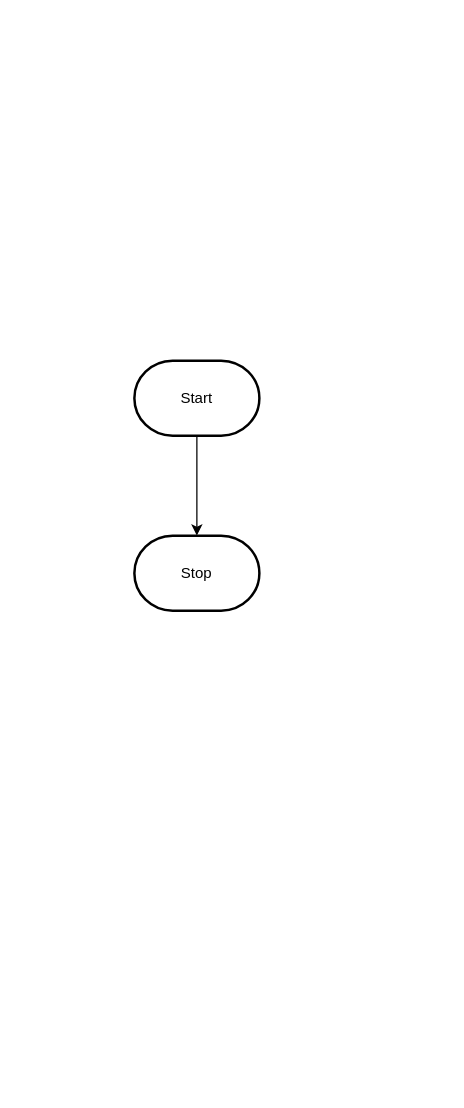
Above: design/flowchart.drawio in MTHS-ICD2O-1-2023/ICD2O-Unit-5-02-manya-feng (draw.io), before the change. Source tidied: cells renumbered, new cells numbered last; positions are measured from the earlier drawing's top-left corner, leaving out a move shared by most shapes. Both pictures are drawn from the tidied source at 125%, with x=0, y=0 at pixel (134, 360).
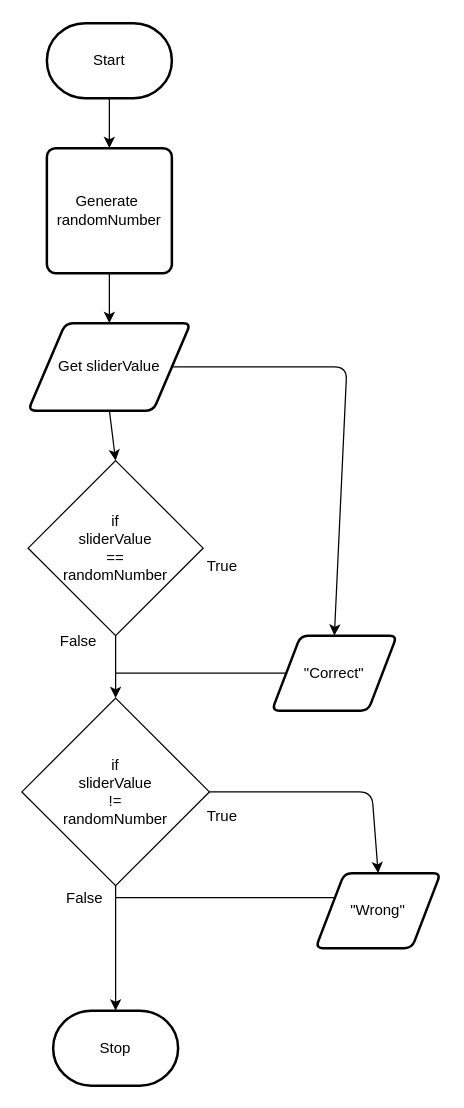
Above is the later version.

What changed in the source:
```diff
@@
-    <mxCell id="2" style="edgeStyle=orthogonalEdgeStyle;html=1;rounded=0;" parent="1" edge="1" source="3" target="4">
-      <mxGeometry relative="1" as="geometry" />
-    </mxCell>
+    <mxCell id="5" style="edgeStyle=none;html=1;exitX=0.5;exitY=1;exitDx=0;exitDy=0;exitPerimeter=0;" parent="1" edge="1" source="3" target="2">
+      <mxGeometry relative="1" as="geometry" />
+    </mxCell>
     <mxCell id="3" value="Start" style="strokeWidth=2;html=1;shape=mxgraph.flowchart.terminator;whiteSpace=wrap;" parent="1" vertex="1">
-      <mxGeometry width="100" height="60" as="geometry" />
+      <mxGeometry x="-70" y="-270" width="100" height="60" as="geometry" />
     </mxCell>
     <mxCell id="4" value="Stop" style="strokeWidth=2;html=1;shape=mxgraph.flowchart.terminator;whiteSpace=wrap;" parent="1" vertex="1">
-      <mxGeometry y="140" width="100" height="60" as="geometry" />
+      <mxGeometry x="-65" y="520" width="100" height="60" as="geometry" />
     </mxCell>
+    <mxCell id="6" style="edgeStyle=none;html=1;exitX=0.5;exitY=1;exitDx=0;exitDy=0;" parent="1" edge="1" source="2" target="9">
+      <mxGeometry relative="1" as="geometry" />
+    </mxCell>
+    <mxCell id="2" value="Generate&amp;nbsp;&lt;br&gt;randomNumber" style="rounded=1;whiteSpace=wrap;html=1;absoluteArcSize=1;arcSize=14;strokeWidth=2;" parent="1" vertex="1">
+      <mxGeometry x="-70" y="-170" width="100" height="100" as="geometry" />
+    </mxCell>
+    <mxCell id="7" style="edgeStyle=none;html=1;exitX=0.5;exitY=1;exitDx=0;exitDy=0;entryX=0.5;entryY=0;entryDx=0;entryDy=0;" parent="1" edge="1" source="9" target="11">
+      <mxGeometry relative="1" as="geometry" />
+    </mxCell>
+    <mxCell id="8" style="edgeStyle=none;html=1;exitX=1;exitY=0.5;exitDx=0;exitDy=0;entryX=0.5;entryY=0;entryDx=0;entryDy=0;" parent="1" edge="1" source="9" target="12">
+      <mxGeometry relative="1" as="geometry">
+        <Array as="points">
+          <mxPoint x="170" y="5" />
+        </Array>
+      </mxGeometry>
+    </mxCell>
+    <mxCell id="9" value="Get sliderValue" style="shape=parallelogram;html=1;strokeWidth=2;perimeter=parallelogramPerimeter;whiteSpace=wrap;rounded=1;arcSize=12;size=0.23;" parent="1" vertex="1">
+      <mxGeometry x="-85" y="-30" width="130" height="70" as="geometry" />
+    </mxCell>
+    <mxCell id="10" style="edgeStyle=none;html=1;exitX=0.5;exitY=1;exitDx=0;exitDy=0;entryX=0.5;entryY=0;entryDx=0;entryDy=0;" parent="1" edge="1" source="11" target="16">
+      <mxGeometry relative="1" as="geometry" />
+    </mxCell>
+    <mxCell id="11" value="if&lt;br&gt;sliderValue&lt;br&gt;==&lt;br&gt;randomNumber" style="rhombus;whiteSpace=wrap;html=1;" parent="1" vertex="1">
+      <mxGeometry x="-85" y="80" width="140" height="140" as="geometry" />
+    </mxCell>
+    <mxCell id="12" value="&quot;Correct&quot;" style="shape=parallelogram;html=1;strokeWidth=2;perimeter=parallelogramPerimeter;whiteSpace=wrap;rounded=1;arcSize=12;size=0.23;" parent="1" vertex="1">
+      <mxGeometry x="110" y="220" width="100" height="60" as="geometry" />
+    </mxCell>
+    <mxCell id="13" value="True" style="text;html=1;align=center;verticalAlign=middle;strokeColor=none;fillColor=none;" parent="1" vertex="1">
+      <mxGeometry x="45" y="150" width="50" height="30" as="geometry" />
+    </mxCell>
+    <mxCell id="14" style="edgeStyle=none;html=1;exitX=1;exitY=0.5;exitDx=0;exitDy=0;entryX=0.5;entryY=0;entryDx=0;entryDy=0;" parent="1" edge="1" source="16" target="19">
+      <mxGeometry relative="1" as="geometry">
+        <Array as="points">
+          <mxPoint x="190" y="345" />
+        </Array>
+      </mxGeometry>
+    </mxCell>
+    <mxCell id="15" style="edgeStyle=none;html=1;exitX=0.5;exitY=1;exitDx=0;exitDy=0;entryX=0.5;entryY=0;entryDx=0;entryDy=0;entryPerimeter=0;" parent="1" edge="1" source="16" target="4">
+      <mxGeometry relative="1" as="geometry" />
+    </mxCell>
+    <mxCell id="16" value="if&lt;br&gt;sliderValue&lt;br&gt;!=&lt;br&gt;randomNumber" style="rhombus;whiteSpace=wrap;html=1;" parent="1" vertex="1">
+      <mxGeometry x="-90" y="270" width="150" height="150" as="geometry" />
+    </mxCell>
+    <mxCell id="17" style="endArrow=none;html=1;entryX=0;entryY=0.5;entryDx=0;entryDy=0;" parent="1" edge="1" target="12">
+      <mxGeometry relative="1" as="geometry">
+        <mxPoint x="-15" y="250" as="sourcePoint" />
+        <Array as="points">
+          <mxPoint x="80" y="250" />
+        </Array>
+      </mxGeometry>
+    </mxCell>
+    <mxCell id="18" value="False" style="text;html=1;align=center;verticalAlign=middle;strokeColor=none;fillColor=none;" parent="1" vertex="1">
+      <mxGeometry x="-70" y="210" width="50" height="30" as="geometry" />
+    </mxCell>
+    <mxCell id="19" value="&quot;Wrong&quot;" style="shape=parallelogram;html=1;strokeWidth=2;perimeter=parallelogramPerimeter;whiteSpace=wrap;rounded=1;arcSize=12;size=0.23;" parent="1" vertex="1">
+      <mxGeometry x="145" y="410" width="100" height="60" as="geometry" />
+    </mxCell>
+    <mxCell id="20" value="False" style="text;html=1;align=center;verticalAlign=middle;points=[];strokeColor=none;fillColor=none;" parent="1" vertex="1">
+      <mxGeometry x="-65" y="415" width="50" height="30" as="geometry" />
+    </mxCell>
+    <mxCell id="21" value="True" style="text;html=1;align=center;verticalAlign=middle;strokeColor=none;fillColor=none;" parent="1" vertex="1">
+      <mxGeometry x="45" y="350" width="50" height="30" as="geometry" />
+    </mxCell>
+    <mxCell id="22" style="endArrow=none;html=1;entryX=0;entryY=0.25;entryDx=0;entryDy=0;exitX=0.999;exitY=0.486;exitDx=0;exitDy=0;exitPerimeter=0;" parent="1" edge="1" source="20" target="19">
+      <mxGeometry relative="1" as="geometry" />
+    </mxCell>
```
